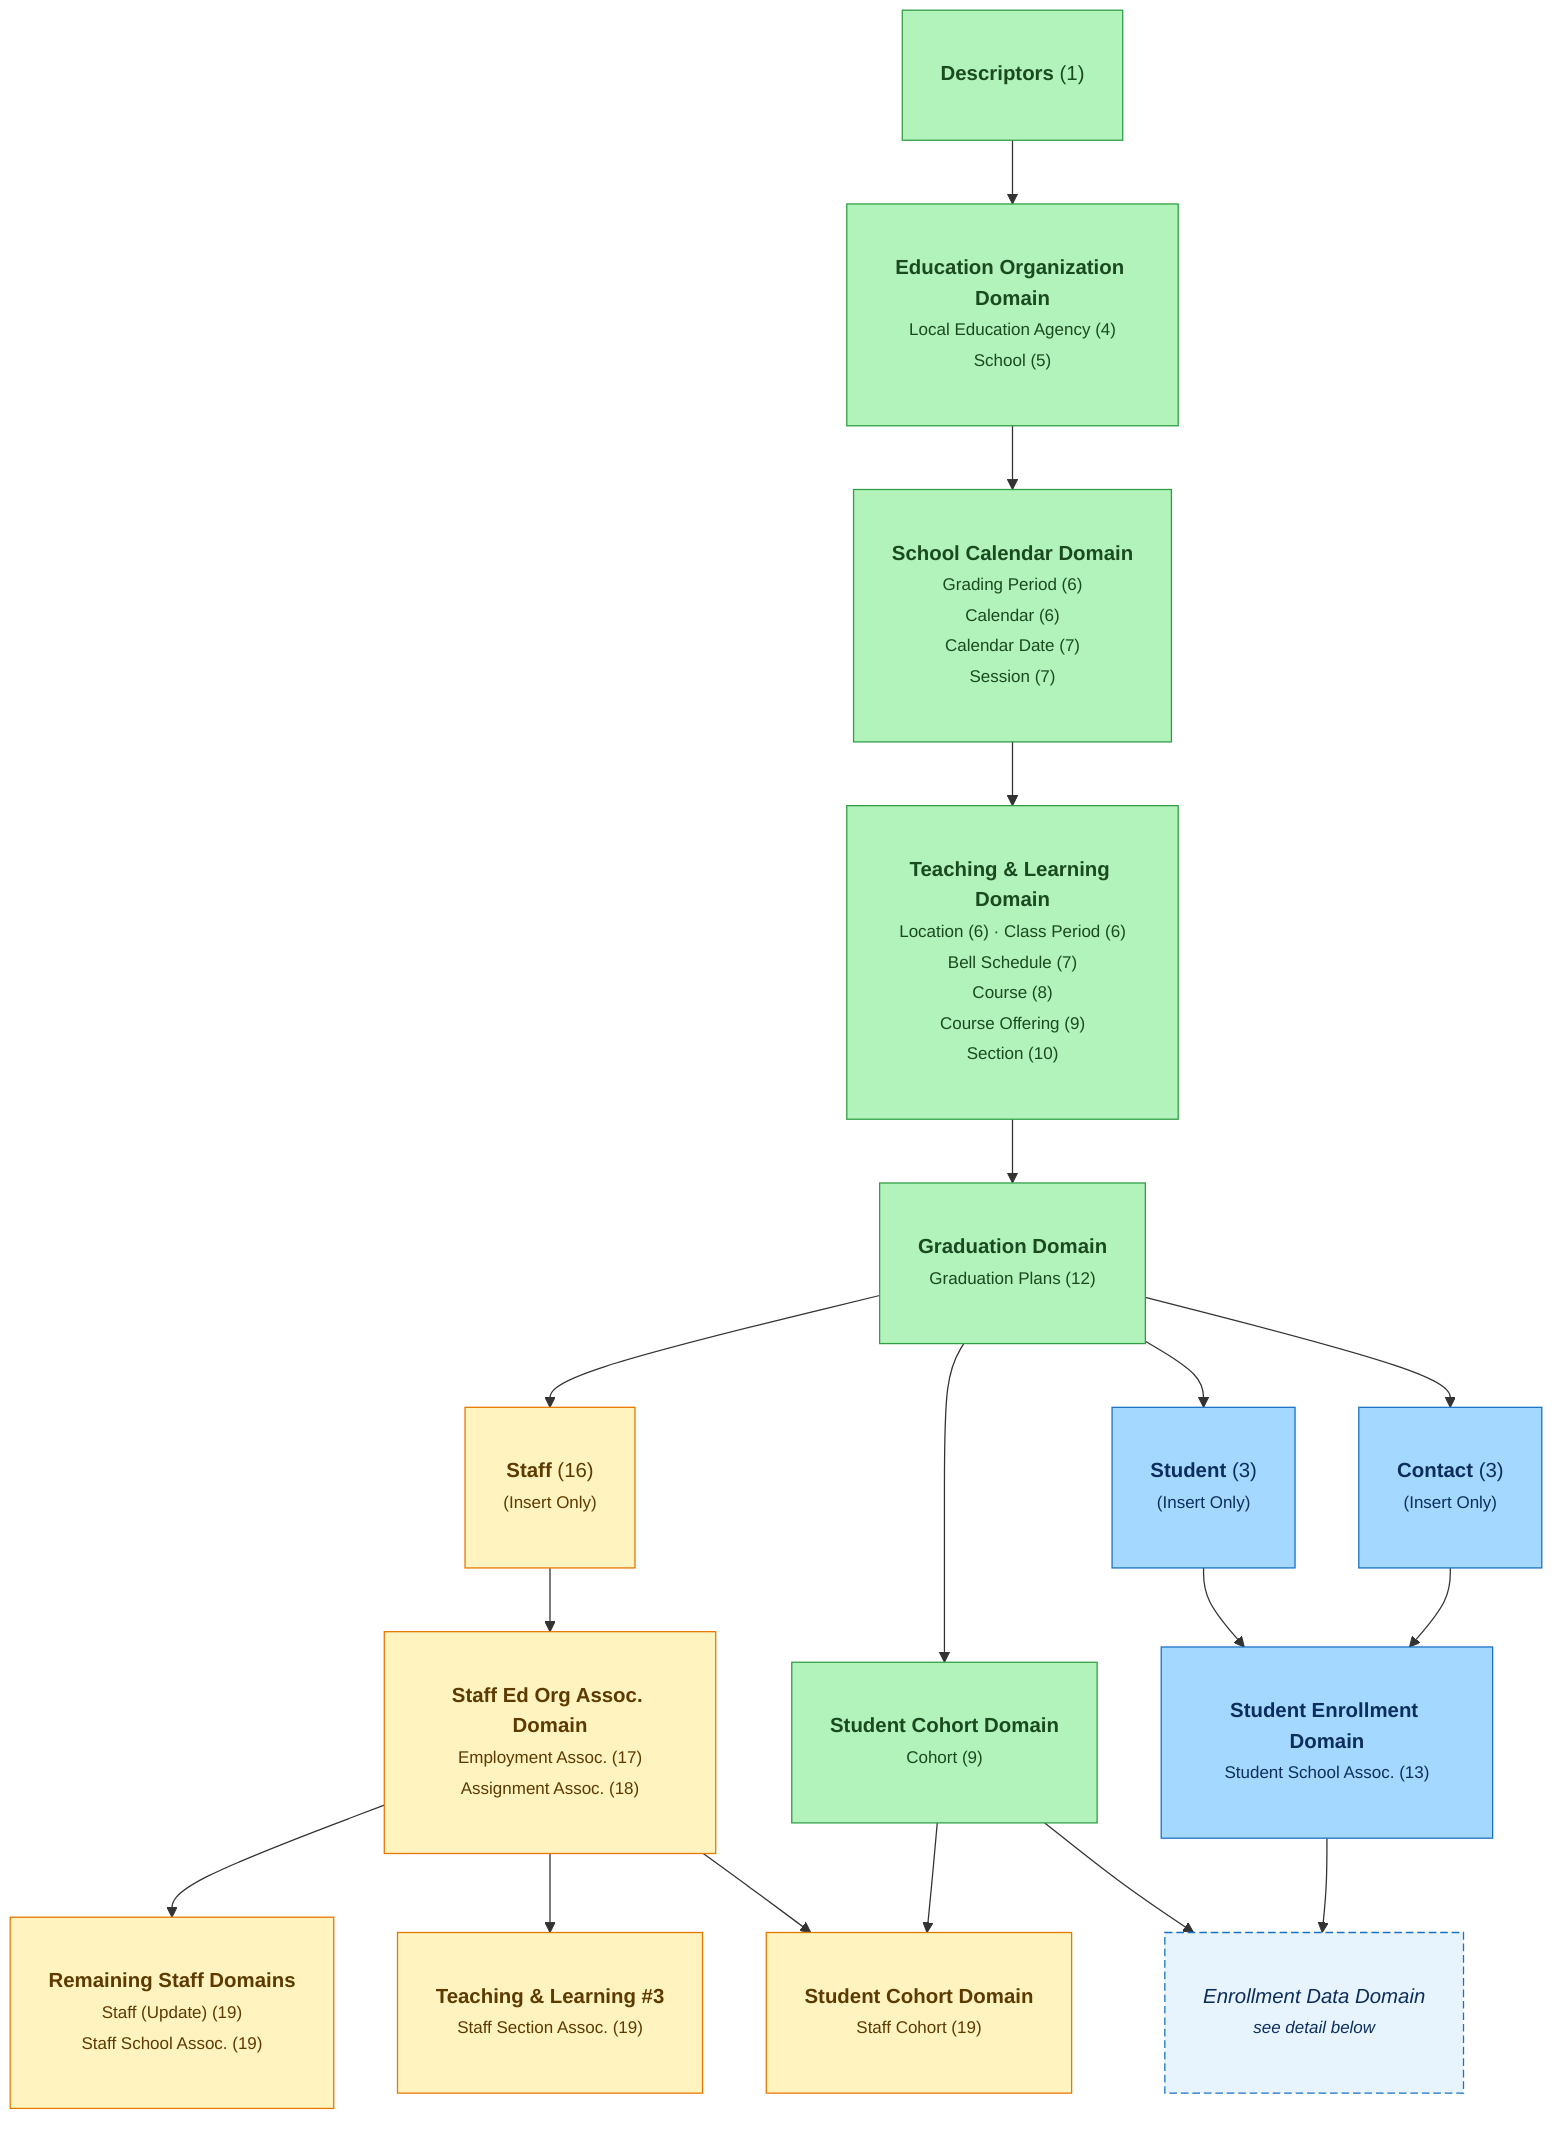
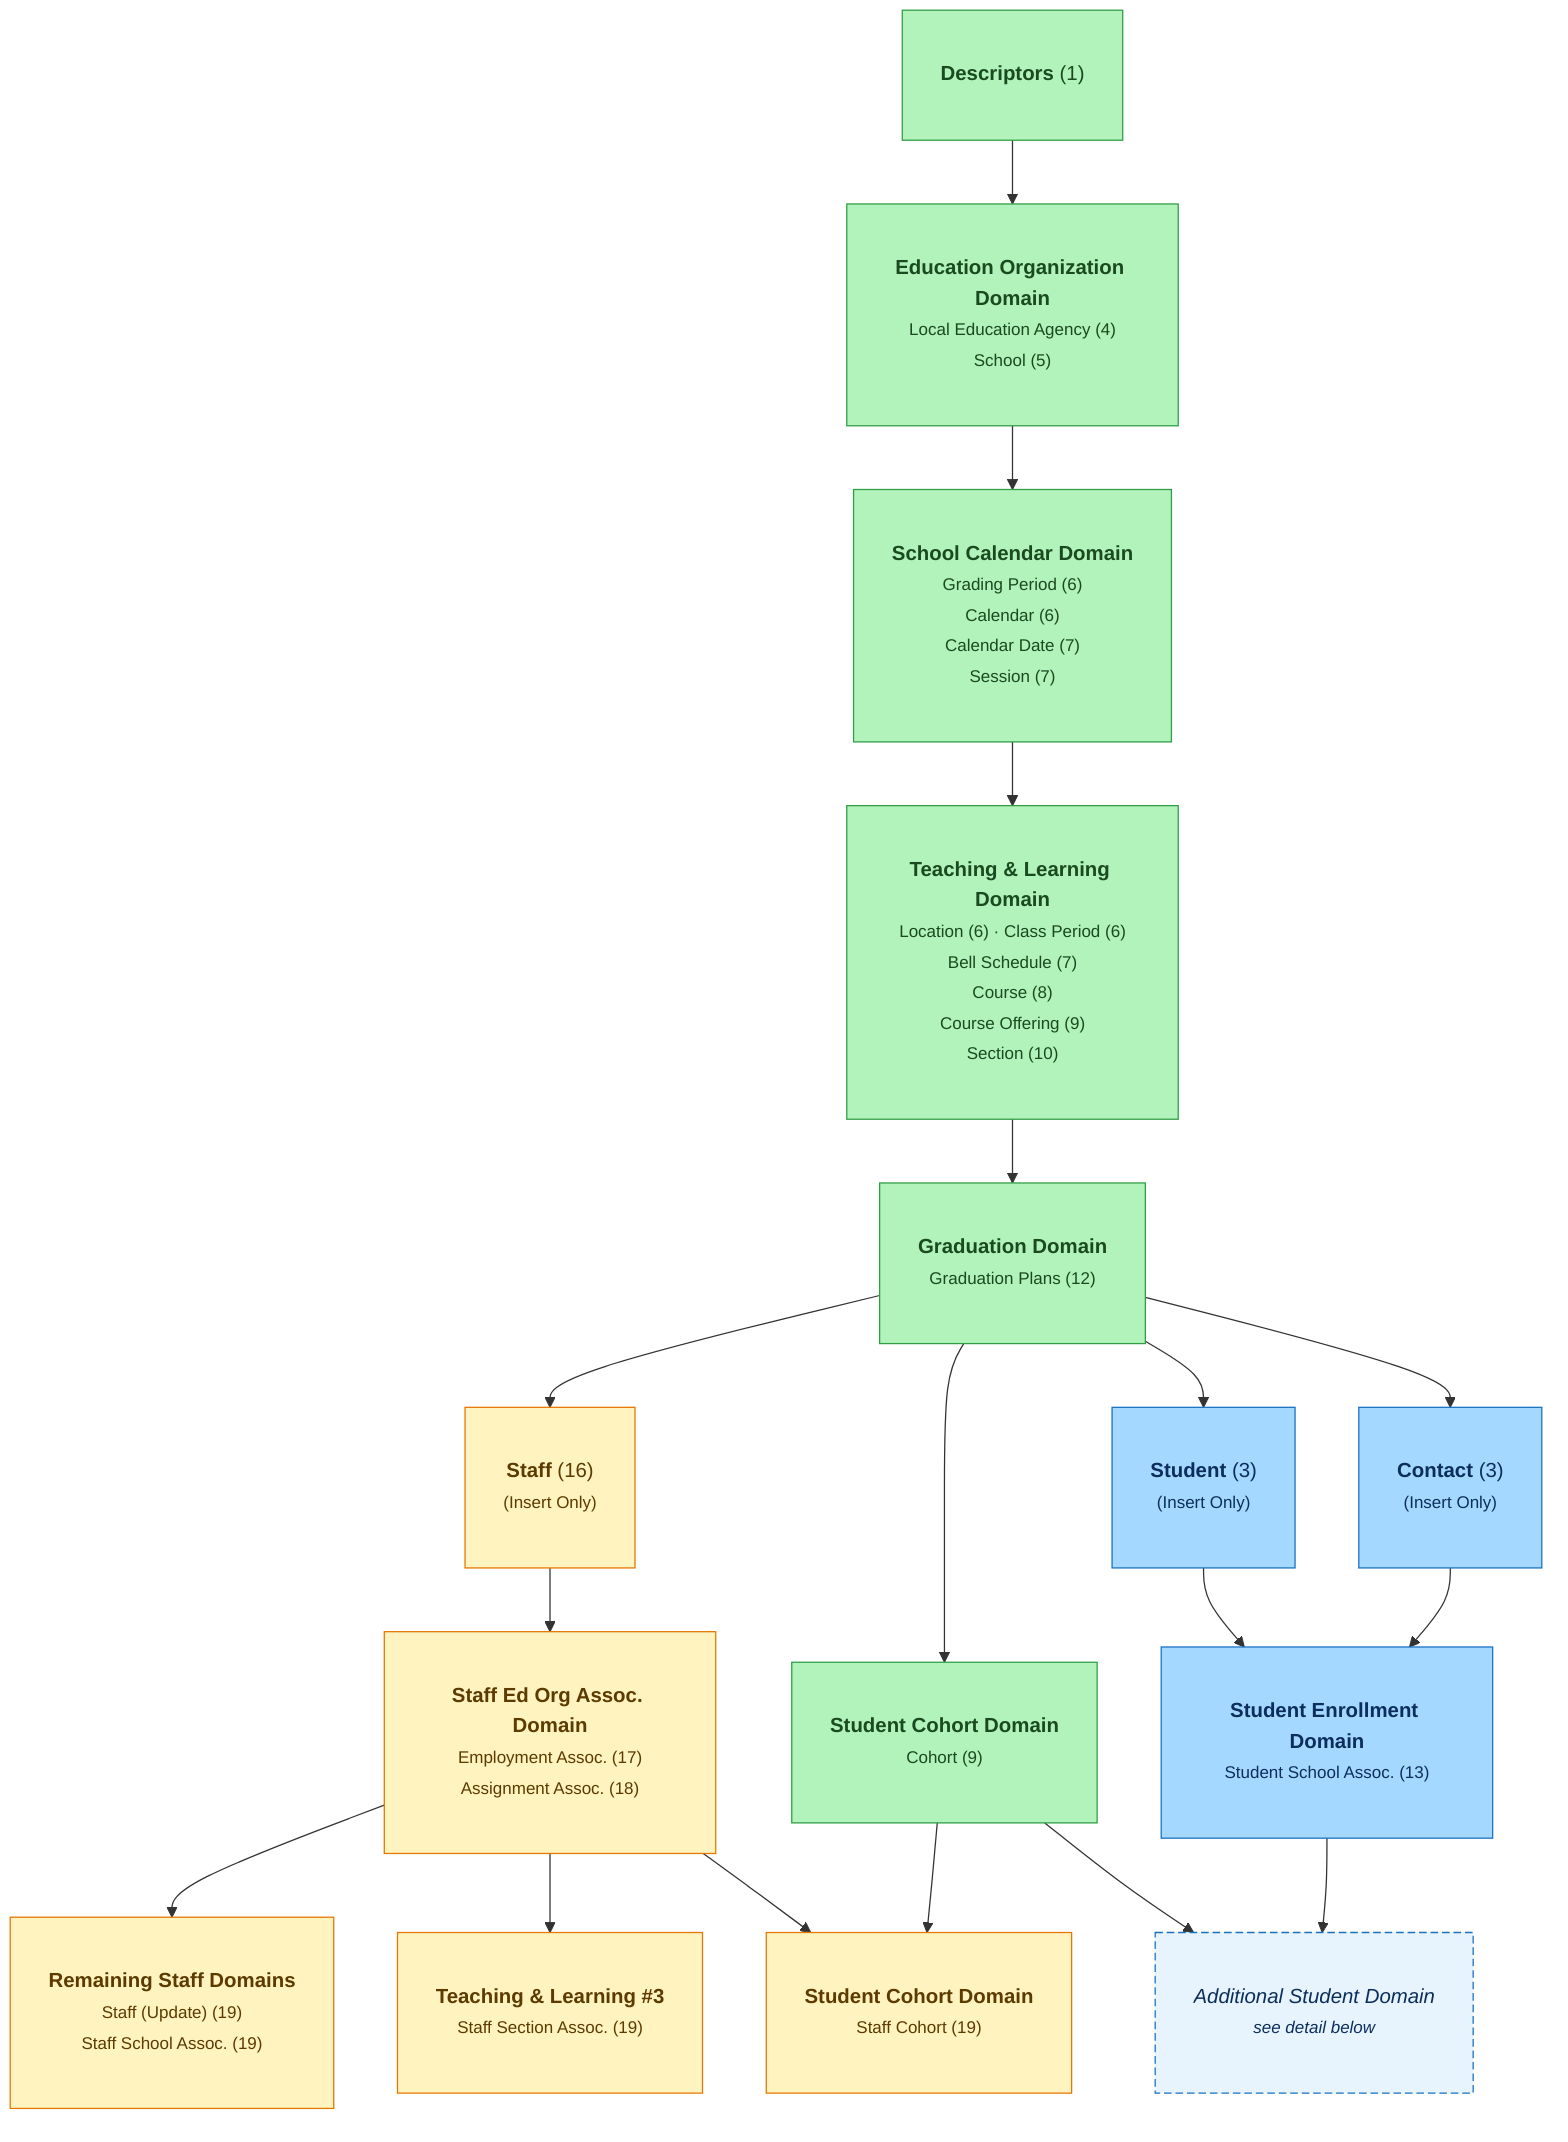
%%{init: { 'flowchart': {'htmlLabels': true} } }%%
flowchart TD
    %% ─── Styles ───────────────────────────────────────────────────
    classDef core    fill:#b2f2bb,stroke:#2f9e44,color:#1a4a1f,padding:10px 16px,border-radius:6px
    classDef student fill:#a5d8ff,stroke:#1971c2,color:#0c2e5c,padding:10px 16px,border-radius:6px
    classDef staff   fill:#fff3bf,stroke:#e67700,color:#5c3a00,padding:10px 16px,border-radius:6px
    classDef stub    fill:#e8f4fd,stroke:#1971c2,stroke-dasharray:6 3,color:#0c2e5c,padding:10px 16px,border-radius:6px,font-style:italic

    DESC["<b>Descriptors</b> (1)"]:::core

    EDORG["<b>Education Organization Domain</b><br/><small>Local Education Agency (4)</small><br/><small>School (5)</small>"]:::core

    CAL["<b>School Calendar Domain</b><br/><small>Grading Period (6)</small><br/><small>Calendar (6)</small><br/><small>Calendar Date (7)</small><br/><small>Session (7)</small>"]:::core

    TL1["<b>Teaching &amp; Learning Domain</b><br/><small>Location (6) · Class Period (6)</small><br/><small>Bell Schedule (7)</small><br/><small>Course (8)</small><br/><small>Course Offering (9)</small><br/><small>Section (10)</small>"]:::core

    GRAD["<b>Graduation Domain</b><br/><small>Graduation Plans (12)</small>"]:::core

    STAFF["<b>Staff</b> (16)<br/><small>(Insert Only)</small>"]:::staff
    STU["<b>Student</b> (3)<br/><small>(Insert Only)</small>"]:::student
    CONT["<b>Contact</b> (3)<br/><small>(Insert Only)</small>"]:::student

    STAFFEDORG["<b>Staff Ed Org Assoc. Domain</b><br/><small>Employment Assoc. (17)</small><br/><small>Assignment Assoc. (18)</small>"]:::staff
    ENROLL["<b>Student Enrollment Domain</b><br/><small>Student School Assoc. (13)</small>"]:::student
    COH14["<b>Student Cohort Domain</b><br/><small>Cohort (9)</small>"]:::core

    STAFFREM["<b>Remaining Staff Domains</b><br/><small>Staff (Update) (19)</small><br/><small>Staff School Assoc. (19)</small>"]:::staff
    STAFFSEC["<b>Teaching &amp; Learning #3</b><br/><small>Staff Section Assoc. (19)</small>"]:::staff
    STAFFCOH["<b>Student Cohort Domain</b><br/><small>Staff Cohort (19)</small>"]:::staff

-     ENROLL_STUB["<i>Enrollment Data Domain</i><br/><small>see detail below</small>"]:::stub
+     ENROLL_STUB["<i>Additional Student Domain</i><br/><small>see detail below</small>"]:::stub

    DESC --> EDORG
    EDORG --> CAL
    CAL --> TL1
    TL1 --> GRAD

    GRAD --> STAFF
    GRAD --> COH14
    GRAD --> STU
    GRAD --> CONT

    STAFF --> STAFFEDORG
    STU --> ENROLL
    CONT --> ENROLL

    STAFFEDORG --> STAFFREM
    STAFFEDORG --> STAFFSEC
    STAFFEDORG --> STAFFCOH
    COH14 --> STAFFCOH

    ENROLL --> ENROLL_STUB
    COH14 --> ENROLL_STUB
